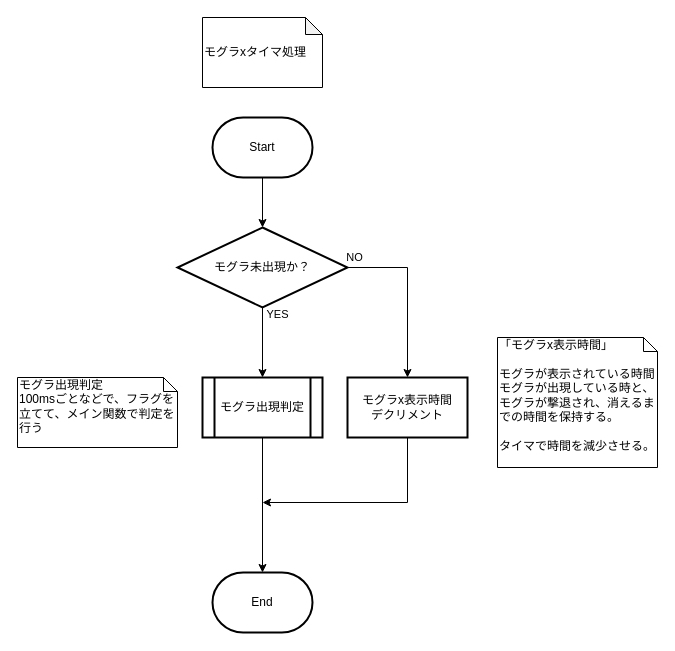
Earlier version of the draw.io diagram page "モグラxタイマ処理" (6 of 7) of 資料/設計書/フローチャート/モグラ叩き_フローチャート_ゲーム中.drawio (hakohumi/comp.train.whack-a-mole). Source tidied: cells renumbered, new cells numbered last; positions are measured from the earlier drawing's top-left corner, leaving out a move shared by most shapes. Both pictures are drawn from the tidied source at 100%, with x=0, y=0 at pixel (17, 17).
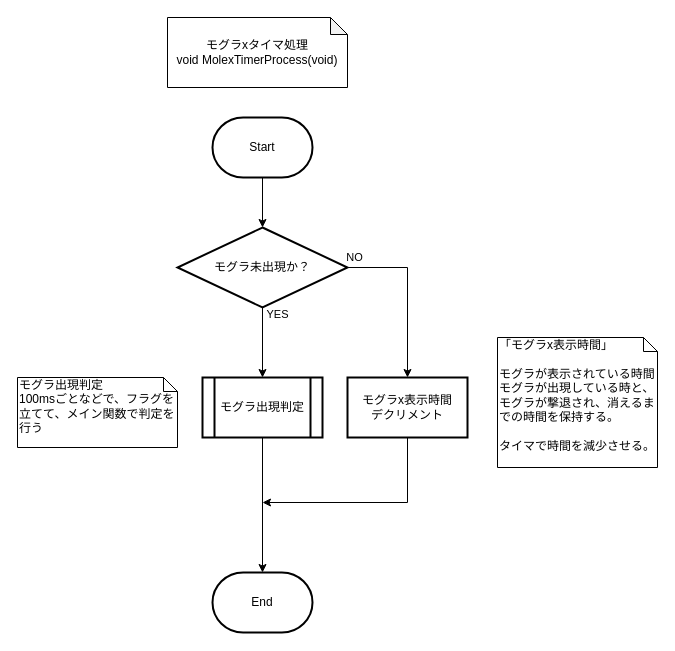
The same diagram, later.

What changed in the source:
```diff
@@
 <mxGraphModel>
   <root>
     <mxCell id="0" />
     <mxCell id="1" parent="0" />
     <mxCell id="2" value="「モグラx表示時間」&lt;br&gt;&lt;br&gt;モグラが表示されている時間&lt;br&gt;モグラが出現している時と、モグラが撃退され、消えるまでの時間を保持する。&lt;br&gt;&lt;br&gt;タイマで時間を減少させる。" style="shape=note;whiteSpace=wrap;html=1;size=14;verticalAlign=top;align=left;spacingTop=-6;" parent="1" vertex="1">
       <mxGeometry x="480" y="320" width="160" height="130" as="geometry" />
     </mxCell>
     <mxCell id="3" value="モグラ出現判定&lt;br&gt;100msごとなどで、フラグを立てて、メイン関数で判定を行う" style="shape=note;whiteSpace=wrap;html=1;size=14;verticalAlign=top;align=left;spacingTop=-6;" parent="1" vertex="1">
       <mxGeometry y="360" width="160" height="70" as="geometry" />
     </mxCell>
     <mxCell id="4" style="edgeStyle=orthogonalEdgeStyle;rounded=0;jettySize=auto;html=1;entryX=0.5;entryY=0;entryDx=0;entryDy=0;entryPerimeter=0;" parent="1" edge="1" source="5" target="13">
       <mxGeometry relative="1" as="geometry" />
     </mxCell>
     <mxCell id="5" value="モグラ出現判定" style="shape=process;whiteSpace=wrap;html=1;backgroundOutline=1;strokeWidth=2;" parent="1" vertex="1">
       <mxGeometry x="185" y="360" width="120" height="60" as="geometry" />
     </mxCell>
     <mxCell id="6" style="edgeStyle=orthogonalEdgeStyle;rounded=0;jettySize=auto;html=1;exitX=0.5;exitY=1;exitDx=0;exitDy=0;" parent="1" edge="1" source="7">
       <mxGeometry relative="1" as="geometry">
         <mxPoint x="245" y="485" as="targetPoint" />
         <Array as="points">
           <mxPoint x="390" y="485" />
         </Array>
       </mxGeometry>
     </mxCell>
     <mxCell id="7" value="モグラx表示時間&lt;br&gt;デクリメント" style="whiteSpace=wrap;html=1;strokeWidth=2;" parent="1" vertex="1">
       <mxGeometry x="330" y="360" width="120" height="60" as="geometry" />
     </mxCell>
     <mxCell id="8" value="YES" style="edgeStyle=orthogonalEdgeStyle;rounded=0;jettySize=auto;html=1;" parent="1" edge="1" source="10" target="5">
       <mxGeometry x="-0.8" y="15" relative="1" as="geometry" />
     </mxCell>
     <mxCell id="9" value="NO" style="edgeStyle=orthogonalEdgeStyle;rounded=0;jettySize=auto;html=1;exitX=1;exitY=0.5;exitDx=0;exitDy=0;entryX=0.5;entryY=0;entryDx=0;entryDy=0;" parent="1" edge="1" source="10" target="7">
       <mxGeometry x="-0.92" y="10" relative="1" as="geometry" />
     </mxCell>
     <mxCell id="10" value="モグラ未出現か？" style="rhombus;whiteSpace=wrap;html=1;strokeWidth=2;" parent="1" vertex="1">
       <mxGeometry x="160" y="210" width="170" height="80" as="geometry" />
     </mxCell>
     <mxCell id="11" style="edgeStyle=orthogonalEdgeStyle;rounded=0;jettySize=auto;html=1;exitX=0.5;exitY=1;exitDx=0;exitDy=0;exitPerimeter=0;" parent="1" edge="1" source="12" target="10">
       <mxGeometry relative="1" as="geometry" />
     </mxCell>
     <mxCell id="12" value="Start" style="strokeWidth=2;html=1;shape=mxgraph.flowchart.terminator;whiteSpace=wrap;" parent="1" vertex="1">
       <mxGeometry x="195" y="100" width="100" height="60" as="geometry" />
     </mxCell>
     <mxCell id="13" value="End" style="strokeWidth=2;html=1;shape=mxgraph.flowchart.terminator;whiteSpace=wrap;" parent="1" vertex="1">
       <mxGeometry x="195" y="555" width="100" height="60" as="geometry" />
     </mxCell>
-    <mxCell id="14" value="モグラxタイマ処理" style="shape=note;whiteSpace=wrap;html=1;backgroundOutline=1;darkOpacity=0.05;align=left;size=17;" parent="1" vertex="1">
-      <mxGeometry x="185" width="120" height="70" as="geometry" />
+    <mxCell id="14" value="モグラxタイマ処理&lt;br&gt;void MolexTimerProcess(void)" style="shape=note;whiteSpace=wrap;html=1;backgroundOutline=1;darkOpacity=0.05;align=center;size=17;" parent="1" vertex="1">
+      <mxGeometry x="150" width="180" height="70" as="geometry" />
     </mxCell>
   </root>
 </mxGraphModel>
```
